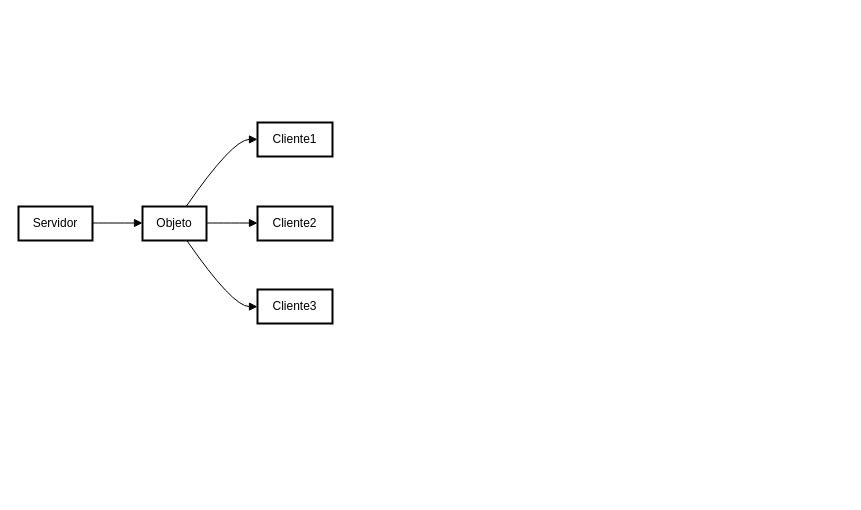
Above: Diagrama sin título.drawio in DEVTITAN13/DEVTITAN13 (draw.io), before the change. Source tidied: cells renumbered, new cells numbered last; positions are measured from the earlier drawing's top-left corner, leaving out a move shared by most shapes. Both pictures are drawn from the tidied source at 100%, with x=0, y=0 at pixel (18, 122).
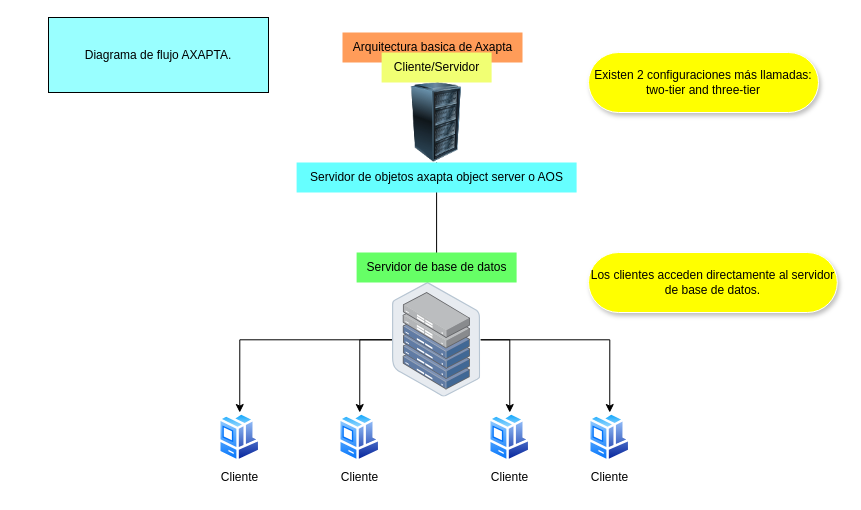
The same page after the edit.

Diff of the diagram source:
```diff
@@
-    <mxCell id="2" value="Servidor" style="whiteSpace=wrap;strokeWidth=2;" parent="1" vertex="1">
-      <mxGeometry y="84" width="74" height="34" as="geometry" />
-    </mxCell>
-    <mxCell id="3" value="Objeto" style="whiteSpace=wrap;strokeWidth=2;" parent="1" vertex="1">
-      <mxGeometry x="124" y="84" width="64" height="34" as="geometry" />
-    </mxCell>
-    <mxCell id="4" value="Cliente1" style="whiteSpace=wrap;strokeWidth=2;" parent="1" vertex="1">
-      <mxGeometry x="239" width="75" height="34" as="geometry" />
-    </mxCell>
-    <mxCell id="5" value="Cliente2" style="whiteSpace=wrap;strokeWidth=2;" parent="1" vertex="1">
-      <mxGeometry x="239" y="84" width="75" height="34" as="geometry" />
-    </mxCell>
-    <mxCell id="6" value="Cliente3" style="whiteSpace=wrap;strokeWidth=2;" parent="1" vertex="1">
-      <mxGeometry x="239" y="167" width="75" height="34" as="geometry" />
-    </mxCell>
-    <mxCell id="7" style="curved=1;startArrow=none;endArrow=block;exitX=1.0027800895072319;exitY=0.485294173745548;entryX=0.0032144784927368164;entryY=0.485294173745548;" parent="1" edge="1" source="2" target="3">
-      <mxGeometry relative="1" as="geometry" />
-    </mxCell>
-    <mxCell id="8" style="curved=1;startArrow=none;endArrow=block;exitX=0.6852143643331279;exitY=-0.00980388416963465;entryX=-0.0065972900390625;entryY=0.4950980579151827;" parent="1" edge="1" source="3" target="4">
-      <mxGeometry relative="1" as="geometry">
-        <Array as="points">
-          <mxPoint x="214" y="17" />
-        </Array>
-      </mxGeometry>
-    </mxCell>
-    <mxCell id="9" style="curved=1;startArrow=none;endArrow=block;exitX=1.0078938007354736;exitY=0.485294173745548;entryX=-0.0065972900390625;entryY=0.485294173745548;" parent="1" edge="1" source="3" target="5">
-      <mxGeometry relative="1" as="geometry" />
-    </mxCell>
-    <mxCell id="10" style="curved=1;startArrow=none;endArrow=block;exitX=0.6852143643331279;exitY=0.9803922316607308;entryX=-0.0065972900390625;entryY=0.5049020542817957;" parent="1" edge="1" source="3" target="6">
+    <mxCell id="10" style="curved=1;startArrow=none;endArrow=block;exitX=0.6852143643331279;exitY=0.9803922316607308;entryX=-0.0065972900390625;entryY=0.5049020542817957;" parent="1" edge="1">
       <mxGeometry relative="1" as="geometry">
+        <mxPoint x="234.3" y="-66" as="sourcePoint" />
         <Array as="points">
           <mxPoint x="214" y="184" />
         </Array>
       </mxGeometry>
     </mxCell>
+    <mxCell id="11" style="edgeStyle=orthogonalEdgeStyle;rounded=0;jettySize=auto;html=1;" parent="1" edge="1" source="12" target="17">
+      <mxGeometry relative="1" as="geometry" />
+    </mxCell>
+    <mxCell id="12" style="image;html=1;image=img/lib/clip_art/computers/Server_Rack_128x128.png;" parent="1" vertex="1">
+      <mxGeometry x="378.1" y="-40" width="80" height="80" as="geometry" />
+    </mxCell>
+    <mxCell id="13" style="edgeStyle=orthogonalEdgeStyle;rounded=0;jettySize=auto;html=1;" parent="1" edge="1" source="17" target="21">
+      <mxGeometry relative="1" as="geometry" />
+    </mxCell>
+    <mxCell id="14" style="edgeStyle=orthogonalEdgeStyle;rounded=0;jettySize=auto;html=1;" parent="1" edge="1" source="17" target="19">
+      <mxGeometry relative="1" as="geometry" />
+    </mxCell>
+    <mxCell id="15" style="edgeStyle=orthogonalEdgeStyle;rounded=0;jettySize=auto;html=1;entryX=0.5;entryY=0;entryDx=0;entryDy=0;" parent="1" edge="1" source="17" target="20">
+      <mxGeometry relative="1" as="geometry" />
+    </mxCell>
+    <mxCell id="16" style="edgeStyle=orthogonalEdgeStyle;rounded=0;jettySize=auto;html=1;entryX=0.5;entryY=0;entryDx=0;entryDy=0;" parent="1" edge="1" source="17" target="18">
+      <mxGeometry relative="1" as="geometry" />
+    </mxCell>
+    <mxCell id="17" style="image;points=[];html=1;align=center;shadow=0;dashed=0;image=img/lib/allied_telesis/storage/Datacenter_Server_Half_Rack_ToR.svg;" parent="1" vertex="1">
+      <mxGeometry x="374" y="160" width="88.2" height="114.6" as="geometry" />
+    </mxCell>
+    <mxCell id="18" style="image;perimeter=ellipsePerimeter;html=1;align=center;shadow=0;dashed=0;spacingTop=3;image=img/lib/active_directory/workstation_client.svg;" parent="1" vertex="1">
+      <mxGeometry x="200" y="290" width="42.5" height="50" as="geometry" />
+    </mxCell>
+    <mxCell id="19" style="image;perimeter=ellipsePerimeter;html=1;align=center;shadow=0;dashed=0;spacingTop=3;image=img/lib/active_directory/workstation_client.svg;" parent="1" vertex="1">
+      <mxGeometry x="320" y="290" width="42.5" height="50" as="geometry" />
+    </mxCell>
+    <mxCell id="20" style="image;perimeter=ellipsePerimeter;html=1;align=center;shadow=0;dashed=0;spacingTop=3;image=img/lib/active_directory/workstation_client.svg;" parent="1" vertex="1">
+      <mxGeometry x="570" y="290" width="42.5" height="50" as="geometry" />
+    </mxCell>
+    <mxCell id="21" style="image;perimeter=ellipsePerimeter;html=1;align=center;shadow=0;dashed=0;spacingTop=3;image=img/lib/active_directory/workstation_client.svg;" parent="1" vertex="1">
+      <mxGeometry x="470" y="290" width="42.5" height="50" as="geometry" />
+    </mxCell>
+    <mxCell id="22" value="Arquitectura basica de Axapta" style="text;html=1;align=center;verticalAlign=middle;strokeColor=none;fillColor=#FF9C59;" parent="1" vertex="1">
+      <mxGeometry x="324" y="-90" width="180" height="30" as="geometry" />
+    </mxCell>
+    <mxCell id="23" value="Cliente/Servidor" style="text;html=1;align=center;verticalAlign=middle;strokeColor=none;fillColor=#F1FF73;" parent="1" vertex="1">
+      <mxGeometry x="363.1" y="-70" width="110" height="30" as="geometry" />
+    </mxCell>
+    <mxCell id="24" value="Servidor de objetos axapta object server o AOS" style="text;html=1;align=center;verticalAlign=middle;strokeColor=none;fillColor=#66FFFF;" parent="1" vertex="1">
+      <mxGeometry x="278.1" y="40" width="280" height="30" as="geometry" />
+    </mxCell>
+    <mxCell id="25" value="Servidor de base de datos" style="text;html=1;align=center;verticalAlign=middle;strokeColor=none;fillColor=#66FF66;" parent="1" vertex="1">
+      <mxGeometry x="338.1" y="130" width="160" height="30" as="geometry" />
+    </mxCell>
+    <mxCell id="26" value="Cliente" style="text;html=1;align=center;verticalAlign=middle;strokeColor=none;fillColor=none;" parent="1" vertex="1">
+      <mxGeometry x="191.2" y="340" width="60" height="30" as="geometry" />
+    </mxCell>
+    <mxCell id="27" value="Cliente" style="text;html=1;align=center;verticalAlign=middle;strokeColor=none;fillColor=none;" parent="1" vertex="1">
+      <mxGeometry x="461.2" y="340" width="60" height="30" as="geometry" />
+    </mxCell>
+    <mxCell id="28" value="Cliente" style="text;html=1;align=center;verticalAlign=middle;strokeColor=none;fillColor=none;" parent="1" vertex="1">
+      <mxGeometry x="561.2" y="340" width="60" height="30" as="geometry" />
+    </mxCell>
+    <mxCell id="29" value="Cliente" style="text;html=1;align=center;verticalAlign=middle;strokeColor=none;fillColor=none;" parent="1" vertex="1">
+      <mxGeometry x="311.2" y="340" width="60" height="30" as="geometry" />
+    </mxCell>
+    <mxCell id="30" value="Existen 2 configuraciones más llamadas: two-tier and three-tier" style="rounded=1;whiteSpace=wrap;html=1;arcSize=50;fillColor=#FFFF00;strokeColor=#FFFFFF;shadow=1;" parent="1" vertex="1">
+      <mxGeometry x="570" y="-70" width="230" height="60" as="geometry" />
+    </mxCell>
+    <mxCell id="31" value="Los clientes acceden directamente al servidor de base de datos." style="rounded=1;whiteSpace=wrap;html=1;arcSize=50;fillColor=#FFFF00;shadow=1;strokeColor=#FFFFFF;" parent="1" vertex="1">
+      <mxGeometry x="570" y="130" width="248.8" height="60" as="geometry" />
+    </mxCell>
+    <mxCell id="32" value="Diagrama de flujo AXAPTA." style="whiteSpace=wrap;html=1;fillColor=#99FFFF;" parent="1" vertex="1">
+      <mxGeometry x="30" y="-105" width="220" height="75" as="geometry" />
+    </mxCell>
```
